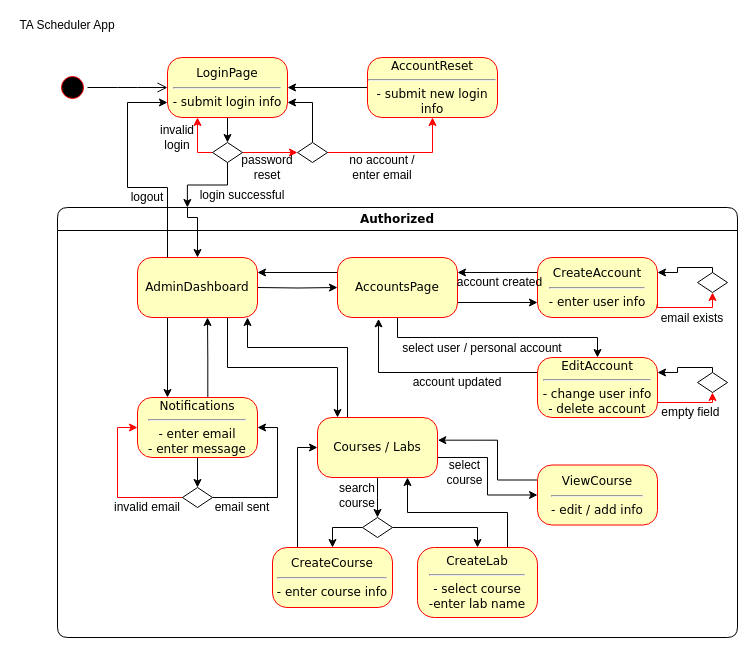
Above: stateMachineUML.drawio in Hossai25/801-1-Sprint-Group (draw.io), before the change. Source tidied: cells renumbered, new cells numbered last; positions are measured from the earlier drawing's top-left corner, leaving out a move shared by most shapes. Both pictures are drawn from the tidied source at 100%, with x=0, y=0 at pixel (17, 17).
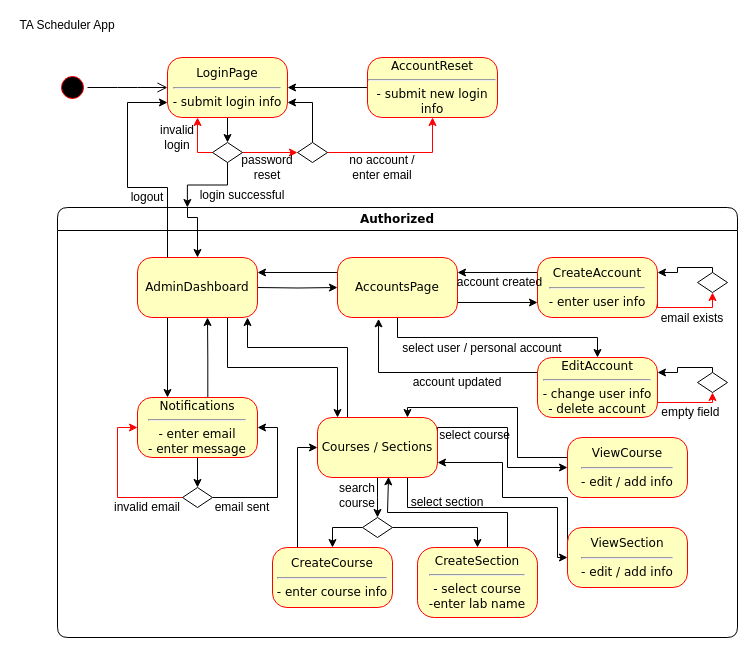
After the change.

Unchanged cells that the change refers to:
```xml
<mxCell id="3" value="Authorized" style="swimlane;whiteSpace=wrap;html=1;rounded=1;shadow=0;comic=0;labelBackgroundColor=none;strokeWidth=1;fontFamily=Verdana;fontSize=12;align=center;startSize=23;" parent="1" vertex="1">
  <mxGeometry x="40" y="190" width="680" height="430" as="geometry" />
</mxCell>
```

Change to the diagram source:
```diff
@@
     <mxCell id="17" style="edgeStyle=orthogonalEdgeStyle;rounded=0;jettySize=auto;html=1;exitX=1;exitY=0.5;exitDx=0;exitDy=0;entryX=0;entryY=0.5;entryDx=0;entryDy=0;" parent="3" edge="1" source="18" target="47">
       <mxGeometry relative="1" as="geometry">
         <Array as="points">
-          <mxPoint x="380" y="250" />
-          <mxPoint x="430" y="250" />
-          <mxPoint x="430" y="288" />
+          <mxPoint x="380" y="220" />
+          <mxPoint x="450" y="220" />
+          <mxPoint x="450" y="260" />
         </Array>
       </mxGeometry>
     </mxCell>
+    <mxCell id="70" style="edgeStyle=orthogonalEdgeStyle;rounded=0;jettySize=auto;html=1;exitX=0.75;exitY=1;exitDx=0;exitDy=0;entryX=0;entryY=0.5;entryDx=0;entryDy=0;" parent="3" edge="1" source="18" target="72">
+      <mxGeometry relative="1" as="geometry">
+        <Array as="points">
+          <mxPoint x="350" y="300" />
+          <mxPoint x="500" y="300" />
+          <mxPoint x="500" y="350" />
+        </Array>
+      </mxGeometry>
+    </mxCell>
-    <mxCell id="18" value="Courses / Labs" style="rounded=1;whiteSpace=wrap;html=1;arcSize=24;fillColor=#ffffc0;strokeColor=#ff0000;shadow=0;comic=0;labelBackgroundColor=none;fontFamily=Verdana;fontSize=12;fontColor=#000000;align=center;" parent="3" vertex="1">
+    <mxCell id="18" value="Courses / Sections" style="rounded=1;whiteSpace=wrap;html=1;arcSize=24;fillColor=#ffffc0;strokeColor=#ff0000;shadow=0;comic=0;labelBackgroundColor=none;fontFamily=Verdana;fontSize=12;fontColor=#000000;align=center;" parent="3" vertex="1">
       <mxGeometry x="260" y="210" width="120" height="60" as="geometry" />
     </mxCell>
@@
-    <mxCell id="40" style="edgeStyle=orthogonalEdgeStyle;rounded=0;jettySize=auto;html=1;exitX=0.75;exitY=0;exitDx=0;exitDy=0;entryX=0.75;entryY=1;entryDx=0;entryDy=0;" parent="3" edge="1" source="41" target="18">
-      <mxGeometry relative="1" as="geometry" />
+    <mxCell id="40" style="edgeStyle=orthogonalEdgeStyle;rounded=0;jettySize=auto;html=1;exitX=0.75;exitY=0;exitDx=0;exitDy=0;entryX=0.592;entryY=0.989;entryDx=0;entryDy=0;entryPerimeter=0;" parent="3" edge="1" source="41" target="18">
+      <mxGeometry relative="1" as="geometry">
+        <Array as="points">
+          <mxPoint x="450" y="305" />
+          <mxPoint x="330" y="305" />
+        </Array>
+      </mxGeometry>
     </mxCell>
-    <mxCell id="41" value="CreateLab&lt;hr&gt;- select course&lt;br&gt;-enter lab name" style="rounded=1;whiteSpace=wrap;html=1;arcSize=24;fillColor=#ffffc0;strokeColor=#ff0000;shadow=0;comic=0;labelBackgroundColor=none;fontFamily=Verdana;fontSize=12;fontColor=#000000;align=center;" parent="3" vertex="1">
+    <mxCell id="41" value="CreateSection&lt;hr&gt;- select course&lt;br&gt;-enter lab name" style="rounded=1;whiteSpace=wrap;html=1;arcSize=24;fillColor=#ffffc0;strokeColor=#ff0000;shadow=0;comic=0;labelBackgroundColor=none;fontFamily=Verdana;fontSize=12;fontColor=#000000;align=center;" parent="3" vertex="1">
       <mxGeometry x="360" y="340" width="120" height="70" as="geometry" />
     </mxCell>
@@
-    <mxCell id="46" style="edgeStyle=orthogonalEdgeStyle;rounded=0;jettySize=auto;html=1;exitX=0;exitY=0.25;exitDx=0;exitDy=0;entryX=1.003;entryY=0.378;entryDx=0;entryDy=0;entryPerimeter=0;" parent="3" edge="1" source="47" target="18">
+    <mxCell id="46" style="edgeStyle=orthogonalEdgeStyle;rounded=0;jettySize=auto;html=1;exitX=0;exitY=0.25;exitDx=0;exitDy=0;entryX=0.75;entryY=0;entryDx=0;entryDy=0;" parent="3" edge="1" source="47" target="18">
       <mxGeometry relative="1" as="geometry">
         <Array as="points">
-          <mxPoint x="440" y="273" />
-          <mxPoint x="440" y="233" />
+          <mxPoint x="510" y="250" />
+          <mxPoint x="460" y="250" />
+          <mxPoint x="460" y="200" />
+          <mxPoint x="350" y="200" />
         </Array>
       </mxGeometry>
     </mxCell>
     <mxCell id="47" value="ViewCourse&lt;hr&gt;- edit / add info" style="rounded=1;whiteSpace=wrap;html=1;arcSize=24;fillColor=#ffffc0;strokeColor=#ff0000;shadow=0;comic=0;labelBackgroundColor=none;fontFamily=Verdana;fontSize=12;fontColor=#000000;align=center;" parent="3" vertex="1">
-      <mxGeometry x="480" y="257.5" width="120" height="60" as="geometry" />
+      <mxGeometry x="510" y="230" width="120" height="60" as="geometry" />
     </mxCell>
     <mxCell id="48" value="select course" style="text;strokeColor=none;align=center;fillColor=none;html=1;verticalAlign=middle;whiteSpace=wrap;rounded=0;" parent="3" vertex="1">
-      <mxGeometry x="390" y="257.5" width="35" height="15" as="geometry" />
+      <mxGeometry x="365" y="220" width="105" height="15" as="geometry" />
     </mxCell>
@@
+    <mxCell id="71" style="edgeStyle=orthogonalEdgeStyle;rounded=0;jettySize=auto;html=1;exitX=0;exitY=0.25;exitDx=0;exitDy=0;entryX=1;entryY=0.75;entryDx=0;entryDy=0;" parent="3" edge="1" source="72" target="18">
+      <mxGeometry relative="1" as="geometry">
+        <Array as="points">
+          <mxPoint x="510" y="290" />
+          <mxPoint x="445" y="290" />
+          <mxPoint x="445" y="255" />
+        </Array>
+      </mxGeometry>
+    </mxCell>
+    <mxCell id="72" value="ViewSection&lt;hr&gt;- edit / add info" style="rounded=1;whiteSpace=wrap;html=1;arcSize=24;fillColor=#ffffc0;strokeColor=#ff0000;shadow=0;comic=0;labelBackgroundColor=none;fontFamily=Verdana;fontSize=12;fontColor=#000000;align=center;" parent="3" vertex="1">
+      <mxGeometry x="510" y="320" width="120" height="60" as="geometry" />
+    </mxCell>
+    <mxCell id="73" value="select section" style="text;strokeColor=none;align=center;fillColor=none;html=1;verticalAlign=middle;whiteSpace=wrap;rounded=0;" parent="3" vertex="1">
+      <mxGeometry x="350" y="292.5" width="80" height="5" as="geometry" />
+    </mxCell>
```
